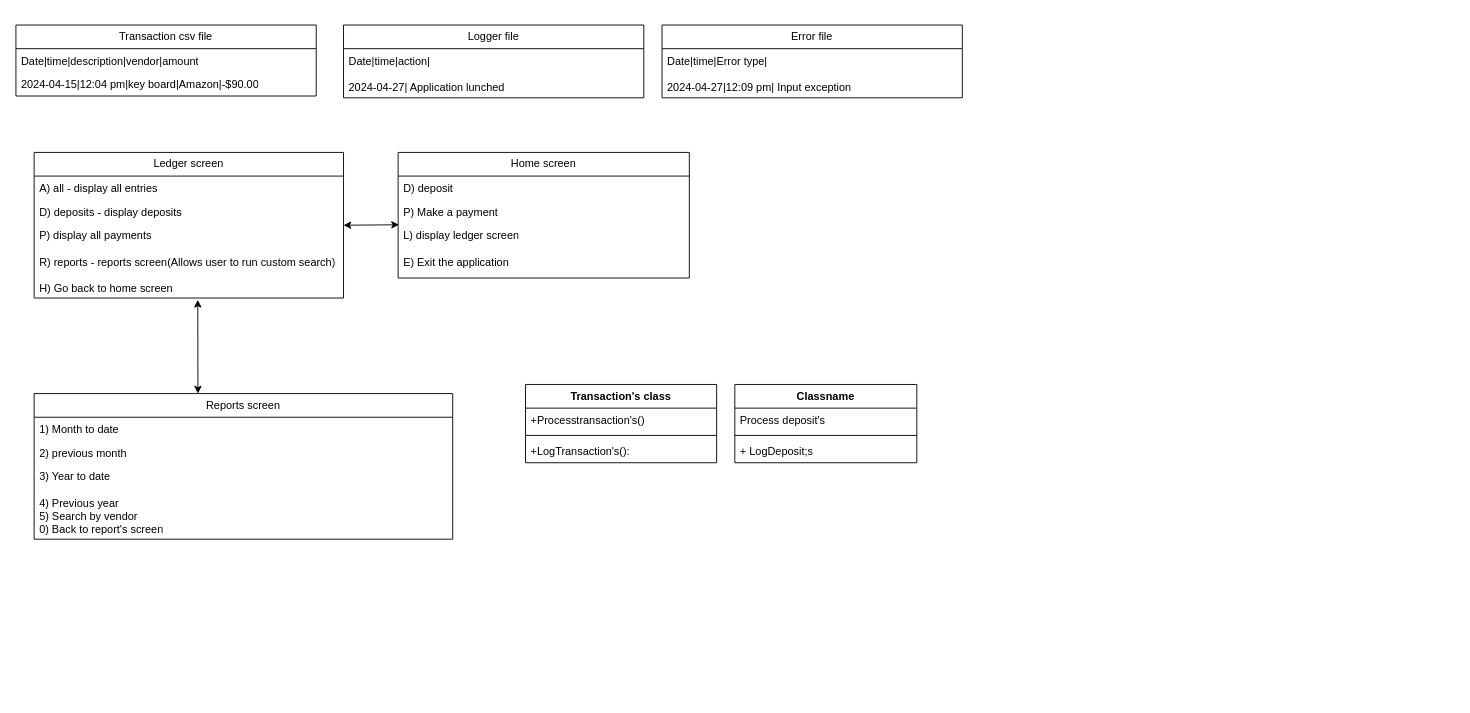
fahd209/capstone-1 keeps this draw.io diagram as project-digram.drawio. Above is the earlier version. Source tidied: cells renumbered, new cells numbered last; positions are measured from the earlier drawing's top-left corner, leaving out a move shared by most shapes. Both pictures are drawn from the tidied source at 91%, with x=0, y=0 at pixel (15, 25).
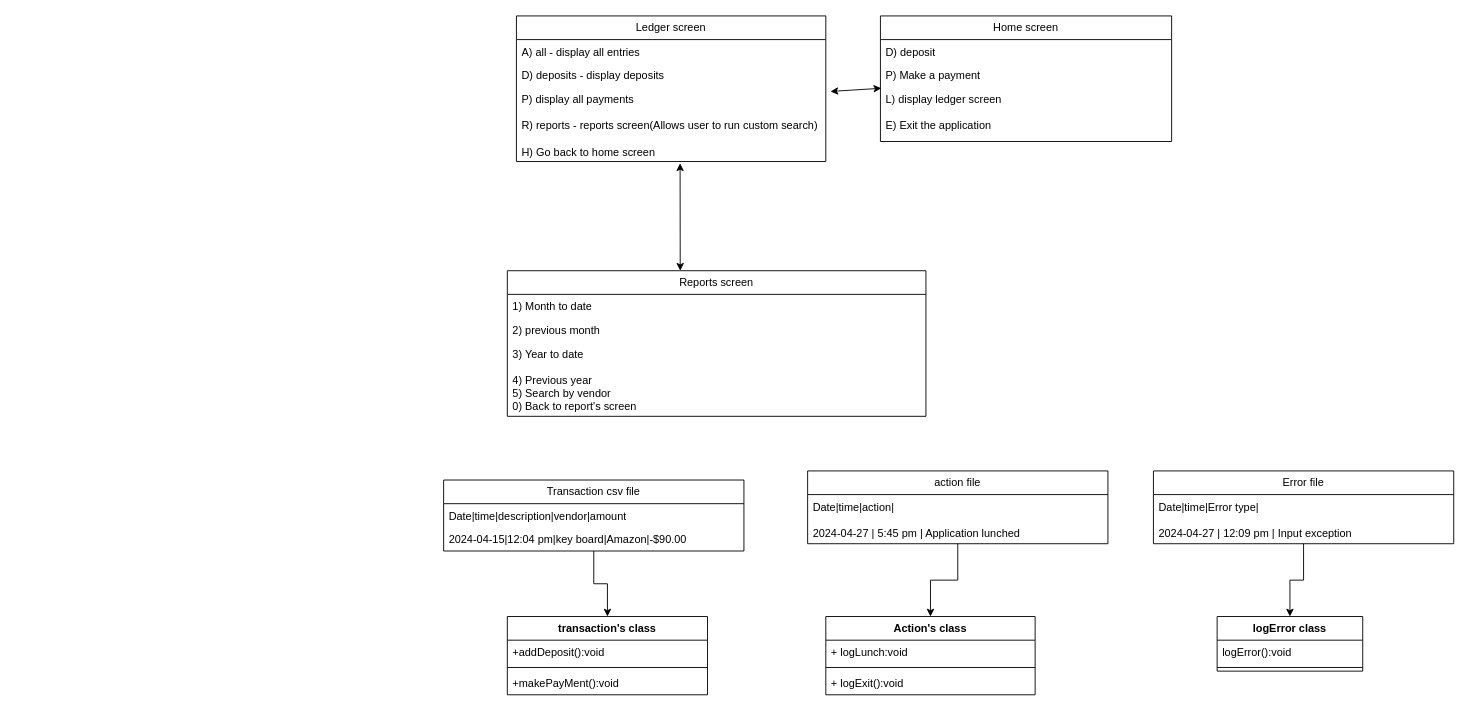
After the change.

Unchanged cells that the change refers to:
```xml
<mxCell id="12" value="L) display ledger screen&lt;div&gt;&lt;br&gt;&lt;div&gt;E) Exit the application&lt;/div&gt;&lt;/div&gt;" style="text;strokeColor=none;fillColor=none;align=left;verticalAlign=top;spacingLeft=4;spacingRight=4;overflow=hidden;points=[[0,0.5],[1,0.5]];portConstraint=eastwest;whiteSpace=wrap;html=1;" parent="9" vertex="1">
  <mxGeometry y="78" width="320" height="60" as="geometry" />
</mxCell>
<mxCell id="16" value="&lt;div&gt;P) display all payments&lt;/div&gt;&lt;div&gt;&lt;br&gt;&lt;div&gt;R) reports - reports screen(Allows user to run custom search)&lt;/div&gt;&lt;/div&gt;&lt;div&gt;&lt;br&gt;&lt;/div&gt;&lt;div&gt;H) Go back to home screen&lt;/div&gt;&lt;div&gt;&lt;br&gt;&lt;/div&gt;&lt;div&gt;&lt;br&gt;&lt;/div&gt;" style="text;strokeColor=none;fillColor=none;align=left;verticalAlign=top;spacingLeft=4;spacingRight=4;overflow=hidden;points=[[0,0.5],[1,0.5]];portConstraint=eastwest;whiteSpace=wrap;html=1;" parent="13" vertex="1">
  <mxGeometry y="78" width="340" height="82" as="geometry" />
</mxCell>
```

Change to the diagram source:
```diff
@@
+    <mxCell id="31" style="edgeStyle=orthogonalEdgeStyle;rounded=0;jettySize=auto;html=1;" parent="1" edge="1" source="2" target="23">
+      <mxGeometry relative="1" as="geometry" />
+    </mxCell>
     <mxCell id="2" value="Transaction csv file" style="swimlane;fontStyle=0;horizontal=1;startSize=26;fillColor=none;whiteSpace=wrap;html=1;" parent="1" vertex="1">
-      <mxGeometry width="330" height="78" as="geometry" />
+      <mxGeometry x="470" y="500" width="330" height="78" as="geometry" />
     </mxCell>
@@
-    <mxCell id="5" value="Logger file" style="swimlane;fontStyle=0;horizontal=1;startSize=26;fillColor=none;whiteSpace=wrap;html=1;" parent="1" vertex="1">
-      <mxGeometry x="360" width="330" height="80" as="geometry" />
-    </mxCell>
-    <mxCell id="6" value="Date|time|action|&lt;div&gt;&lt;br&gt;&lt;/div&gt;&lt;div&gt;2024-04-27| Application lunched&lt;/div&gt;" style="text;strokeColor=none;fillColor=none;align=left;verticalAlign=top;spacingLeft=4;spacingRight=4;overflow=hidden;whiteSpace=wrap;html=1;" parent="5" vertex="1">
-      <mxGeometry y="26" width="330" height="54" as="geometry" />
-    </mxCell>
+    <mxCell id="32" style="edgeStyle=orthogonalEdgeStyle;rounded=0;jettySize=auto;html=1;entryX=0.5;entryY=0;entryDx=0;entryDy=0;" parent="1" edge="1" source="7" target="38">
+      <mxGeometry relative="1" as="geometry" />
+    </mxCell>
     <mxCell id="7" value="Error file" style="swimlane;fontStyle=0;horizontal=1;startSize=26;fillColor=none;whiteSpace=wrap;html=1;" parent="1" vertex="1">
-      <mxGeometry x="710" width="330" height="80" as="geometry" />
+      <mxGeometry x="1250" y="490" width="330" height="80" as="geometry" />
     </mxCell>
-    <mxCell id="8" value="Date|time|Error type|&lt;div&gt;&lt;br&gt;&lt;/div&gt;&lt;div&gt;2024-04-27|12:09 pm| Input exception&lt;/div&gt;" style="text;strokeColor=none;fillColor=none;align=left;verticalAlign=top;spacingLeft=4;spacingRight=4;overflow=hidden;whiteSpace=wrap;html=1;" parent="7" vertex="1">
+    <mxCell id="8" value="Date|time|Error type|&lt;div&gt;&lt;br&gt;&lt;/div&gt;&lt;div&gt;2024-04-27 | 12:09 pm | Input exception&lt;/div&gt;" style="text;strokeColor=none;fillColor=none;align=left;verticalAlign=top;spacingLeft=4;spacingRight=4;overflow=hidden;whiteSpace=wrap;html=1;" parent="7" vertex="1">
       <mxGeometry y="26" width="330" height="54" as="geometry" />
     </mxCell>
     <mxCell id="9" value="Home screen" style="swimlane;fontStyle=0;horizontal=1;startSize=26;fillColor=none;whiteSpace=wrap;html=1;" parent="1" vertex="1">
-      <mxGeometry x="420" y="140" width="320" height="138" as="geometry" />
+      <mxGeometry x="950" y="-10" width="320" height="138" as="geometry" />
     </mxCell>
@@
     <mxCell id="13" value="Ledger screen" style="swimlane;fontStyle=0;horizontal=1;startSize=26;fillColor=none;whiteSpace=wrap;html=1;" parent="1" vertex="1">
-      <mxGeometry x="20" y="140" width="340" height="160" as="geometry" />
+      <mxGeometry x="550" y="-10" width="340" height="160" as="geometry" />
     </mxCell>
@@
     <mxCell id="17" style="endArrow=classic;startArrow=classic;html=1;rounded=0;entryX=0.529;entryY=1.024;entryDx=0;entryDy=0;entryPerimeter=0;" parent="1" edge="1" target="16">
       <mxGeometry relative="1" as="geometry">
-        <mxPoint x="200" y="405" as="sourcePoint" />
+        <mxPoint x="730" y="270" as="sourcePoint" />
       </mxGeometry>
     </mxCell>
     <mxCell id="18" value="Reports screen" style="swimlane;fontStyle=0;horizontal=1;startSize=26;fillColor=none;whiteSpace=wrap;html=1;" parent="1" vertex="1">
-      <mxGeometry x="20" y="405" width="460" height="160" as="geometry" />
+      <mxGeometry x="540" y="270" width="460" height="160" as="geometry" />
     </mxCell>
@@
-    <mxCell id="22" style="endArrow=classic;startArrow=classic;html=1;rounded=0;entryX=0.003;entryY=0.025;entryDx=0;entryDy=0;entryPerimeter=0;" parent="1" edge="1" target="12">
-      <mxGeometry relative="1" as="geometry">
-        <mxPoint x="360" y="220" as="sourcePoint" />
-      </mxGeometry>
+    <mxCell id="22" style="endArrow=classic;startArrow=classic;html=1;rounded=0;entryX=0.003;entryY=0.025;entryDx=0;entryDy=0;entryPerimeter=0;exitX=1.015;exitY=0.061;exitDx=0;exitDy=0;exitPerimeter=0;" parent="1" edge="1" source="16" target="12">
+      <mxGeometry relative="1" as="geometry" />
     </mxCell>
-    <mxCell id="23" value="Transaction's class" style="swimlane;fontStyle=1;align=center;verticalAlign=top;horizontal=1;startSize=26;whiteSpace=wrap;html=1;" parent="1" vertex="1">
-      <mxGeometry x="560" y="395" width="210" height="86" as="geometry" />
+    <mxCell id="23" value="transaction's class" style="swimlane;fontStyle=1;align=center;verticalAlign=top;horizontal=1;startSize=26;whiteSpace=wrap;html=1;" parent="1" vertex="1">
+      <mxGeometry x="540" y="650" width="220" height="86" as="geometry" />
     </mxCell>
-    <mxCell id="24" value="+Processtransaction's()" style="text;strokeColor=none;fillColor=none;align=left;verticalAlign=top;spacingLeft=4;spacingRight=4;overflow=hidden;whiteSpace=wrap;html=1;" parent="23" vertex="1">
-      <mxGeometry y="26" width="210" height="26" as="geometry" />
+    <mxCell id="24" value="+addDeposit():void" style="text;strokeColor=none;fillColor=none;align=left;verticalAlign=top;spacingLeft=4;spacingRight=4;overflow=hidden;whiteSpace=wrap;html=1;" parent="23" vertex="1">
+      <mxGeometry y="26" width="220" height="26" as="geometry" />
     </mxCell>
     <mxCell id="25" style="line;strokeWidth=1;fillColor=none;align=left;verticalAlign=middle;spacingTop=-1;spacingLeft=3;spacingRight=3;labelPosition=right;strokeColor=inherit;" parent="23" vertex="1">
-      <mxGeometry y="52" width="210" height="8" as="geometry" />
+      <mxGeometry y="52" width="220" height="8" as="geometry" />
     </mxCell>
-    <mxCell id="26" value="+LogTransaction's():" style="text;strokeColor=none;fillColor=none;align=left;verticalAlign=top;spacingLeft=4;spacingRight=4;overflow=hidden;whiteSpace=wrap;html=1;" parent="23" vertex="1">
-      <mxGeometry y="60" width="210" height="26" as="geometry" />
+    <mxCell id="26" value="+makePayMent():void" style="text;strokeColor=none;fillColor=none;align=left;verticalAlign=top;spacingLeft=4;spacingRight=4;overflow=hidden;whiteSpace=wrap;html=1;" parent="23" vertex="1">
+      <mxGeometry y="60" width="220" height="26" as="geometry" />
     </mxCell>
-    <mxCell id="27" value="Classname" style="swimlane;fontStyle=1;align=center;verticalAlign=top;horizontal=1;startSize=26;whiteSpace=wrap;html=1;" parent="1" vertex="1">
-      <mxGeometry x="790" y="395" width="200" height="86" as="geometry" />
-    </mxCell>
-    <mxCell id="28" value="Process deposit's" style="text;strokeColor=none;fillColor=none;align=left;verticalAlign=top;spacingLeft=4;spacingRight=4;overflow=hidden;whiteSpace=wrap;html=1;" parent="27" vertex="1">
-      <mxGeometry y="26" width="200" height="26" as="geometry" />
-    </mxCell>
-    <mxCell id="29" style="line;strokeWidth=1;fillColor=none;align=left;verticalAlign=middle;spacingTop=-1;spacingLeft=3;spacingRight=3;labelPosition=right;strokeColor=inherit;" parent="27" vertex="1">
-      <mxGeometry y="52" width="200" height="8" as="geometry" />
-    </mxCell>
-    <mxCell id="30" value="+ LogDeposit;s" style="text;strokeColor=none;fillColor=none;align=left;verticalAlign=top;spacingLeft=4;spacingRight=4;overflow=hidden;whiteSpace=wrap;html=1;" parent="27" vertex="1">
-      <mxGeometry y="60" width="200" height="26" as="geometry" />
-    </mxCell>
+    <mxCell id="33" value="Action's class&lt;div&gt;&lt;br&gt;&lt;/div&gt;" style="swimlane;fontStyle=1;align=center;verticalAlign=top;horizontal=1;startSize=26;whiteSpace=wrap;html=1;" parent="1" vertex="1">
+      <mxGeometry x="890" y="650" width="230" height="86" as="geometry" />
+    </mxCell>
+    <mxCell id="34" value="+ logLunch:void" style="text;strokeColor=none;fillColor=none;align=left;verticalAlign=top;spacingLeft=4;spacingRight=4;overflow=hidden;whiteSpace=wrap;html=1;" parent="33" vertex="1">
+      <mxGeometry y="26" width="230" height="26" as="geometry" />
+    </mxCell>
+    <mxCell id="35" style="line;strokeWidth=1;fillColor=none;align=left;verticalAlign=middle;spacingTop=-1;spacingLeft=3;spacingRight=3;labelPosition=right;strokeColor=inherit;" parent="33" vertex="1">
+      <mxGeometry y="52" width="230" height="8" as="geometry" />
+    </mxCell>
+    <mxCell id="36" value="+ logExit():void" style="text;strokeColor=none;fillColor=none;align=left;verticalAlign=top;spacingLeft=4;spacingRight=4;overflow=hidden;whiteSpace=wrap;html=1;" parent="33" vertex="1">
+      <mxGeometry y="60" width="230" height="26" as="geometry" />
+    </mxCell>
+    <mxCell id="37" style="edgeStyle=orthogonalEdgeStyle;rounded=0;jettySize=auto;html=1;entryX=0.5;entryY=0;entryDx=0;entryDy=0;" parent="1" edge="1" source="5" target="33">
+      <mxGeometry relative="1" as="geometry" />
+    </mxCell>
+    <mxCell id="5" value="action file" style="swimlane;fontStyle=0;horizontal=1;startSize=26;fillColor=none;whiteSpace=wrap;html=1;" parent="1" vertex="1">
+      <mxGeometry x="870" y="490" width="330" height="80" as="geometry" />
+    </mxCell>
+    <mxCell id="6" value="Date|time|action|&lt;div&gt;&lt;br&gt;&lt;/div&gt;&lt;div&gt;2024-04-27 | 5:45 pm | Application lunched&lt;/div&gt;" style="text;strokeColor=none;fillColor=none;align=left;verticalAlign=top;spacingLeft=4;spacingRight=4;overflow=hidden;whiteSpace=wrap;html=1;" parent="5" vertex="1">
+      <mxGeometry y="26" width="330" height="54" as="geometry" />
+    </mxCell>
+    <mxCell id="38" value="logError class" style="swimlane;fontStyle=1;align=center;verticalAlign=top;horizontal=1;startSize=26;whiteSpace=wrap;html=1;" parent="1" vertex="1">
+      <mxGeometry x="1320" y="650" width="160" height="60" as="geometry" />
+    </mxCell>
+    <mxCell id="39" value="logError():void" style="text;strokeColor=none;fillColor=none;align=left;verticalAlign=top;spacingLeft=4;spacingRight=4;overflow=hidden;whiteSpace=wrap;html=1;" parent="38" vertex="1">
+      <mxGeometry y="26" width="160" height="26" as="geometry" />
+    </mxCell>
+    <mxCell id="40" style="line;strokeWidth=1;fillColor=none;align=left;verticalAlign=middle;spacingTop=-1;spacingLeft=3;spacingRight=3;labelPosition=right;strokeColor=inherit;" parent="38" vertex="1">
+      <mxGeometry y="52" width="160" height="8" as="geometry" />
+    </mxCell>
```
